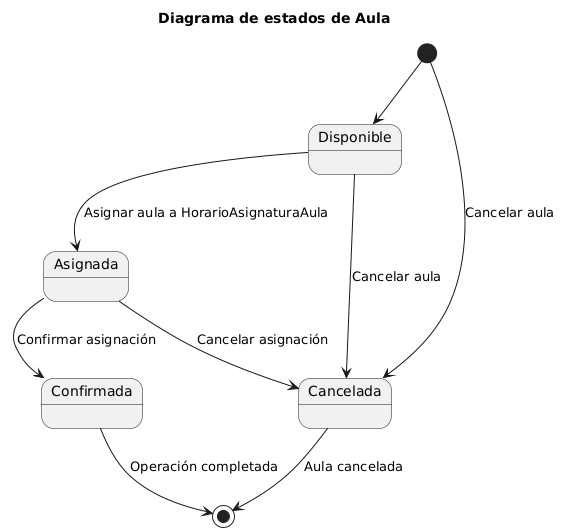
This is modeloDelDominio/imagenes/diagramaEstadosAula.png from mmasias/24-25-IdSw1-SDR, a PlantUML export, as it was before one commit.
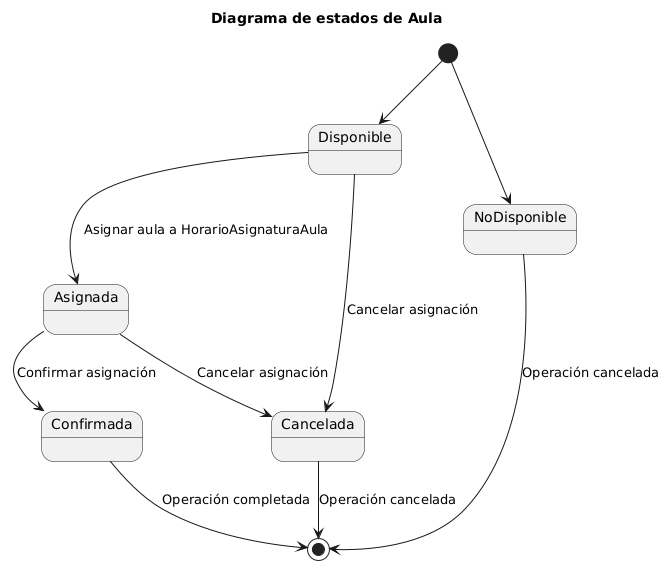
The same file after the commit.

Change to the diagram source:
```diff
@@ -1,6 +1,7 @@
 @startuml
 title Diagrama de estados de Aula
 state "Disponible" as Disponible_Aula
+state "NoDisponible"
 state "Asignada" as AulaAsignada
 state "Confirmada" as AulaConfirmada
 state "Cancelada" as Cancelada_Aula
@@ -9,8 +10,9 @@
 Disponible_Aula --> AulaAsignada : Asignar aula a HorarioAsignaturaAula
 AulaAsignada --> AulaConfirmada : Confirmar asignación
 AulaAsignada --> Cancelada_Aula : Cancelar asignación
-Disponible_Aula --> Cancelada_Aula : Cancelar aula
-[*] --> Cancelada_Aula : Cancelar aula
+Disponible_Aula --> Cancelada_Aula : Cancelar asignación
+[*] --> NoDisponible
 AulaConfirmada --> [*] : Operación completada
-Cancelada_Aula --> [*] : Aula cancelada
+Cancelada_Aula --> [*] : Operación cancelada
+NoDisponible --> [*] : Operación cancelada
 @enduml
```
